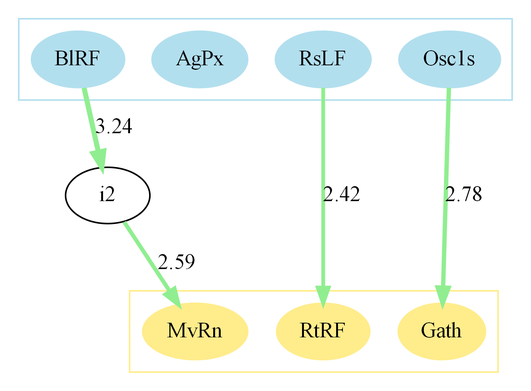
rlsn/genetic-CA keeps this Graphviz diagram as reflex.tmp.gv.png. Above is the earlier version. Its source is kept beside it as reflex.tmp.gv.
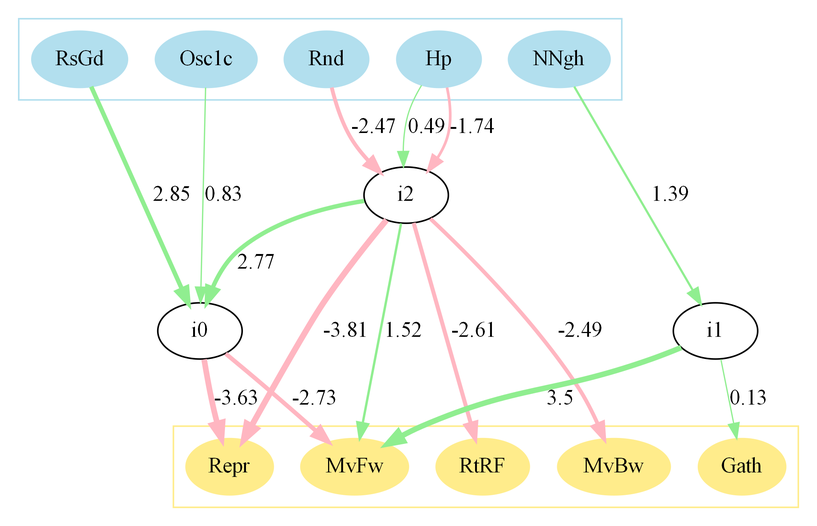
After the change.

Diff of the diagram source:
```diff
@@ -3,20 +3,34 @@
 	subgraph cluster_0 {
 		node [color=lightblue2 style=filled]
 		color=lightblue2
-		BlRF
-		RsLF
-		AgPx
-		Osc1s
+		RsGd
+		Rnd
+		Hp
+		NNgh
+		Osc1c
 	}
 	subgraph cluster_1 {
 		node [color=lightgoldenrod1 style=filled]
 		color=lightgoldenrod1
+		MvFw
 		RtRF
+		Repr
 		Gath
-		MvRn
+		MvBw
 	}
-	RsLF -> RtRF [label=2.42 color=lightgreen penwidth=2.417236328125]
-	Osc1s -> Gath [label=2.78 color=lightgreen penwidth=2.77587890625]
-	BlRF -> i2 [label=3.24 color=lightgreen penwidth=3.2393798828125]
-	i2 -> MvRn [label=2.59 color=lightgreen penwidth=2.5860595703125]
+	RsGd -> i0 [label=2.85 color=lightgreen penwidth=2.8502197265625]
+	Rnd -> i2 [label=-2.47 color=lightpink penwidth=2.473876953125]
+	Hp -> i2 [label=0.49 color=lightgreen penwidth=0.8]
+	NNgh -> i1 [label=1.39 color=lightgreen penwidth=1.3896484375]
+	Hp -> i2 [label=-1.74 color=lightpink penwidth=1.7384033203125]
+	Osc1c -> i0 [label=0.83 color=lightgreen penwidth=0.8333740234375]
+	i2 -> i0 [label=2.77 color=lightgreen penwidth=2.7728271484375]
+	i2 -> MvFw [label=1.52 color=lightgreen penwidth=1.5206298828125]
+	i2 -> RtRF [label=-2.61 color=lightpink penwidth=2.6051025390625]
+	i2 -> Repr [label=-3.81 color=lightpink penwidth=3.8114013671875]
+	i0 -> Repr [label=-3.63 color=lightpink penwidth=3.6270751953125]
+	i1 -> MvFw [label=3.5 color=lightgreen penwidth=3.503173828125]
+	i1 -> Gath [label=0.13 color=lightgreen penwidth=0.8]
+	i2 -> MvBw [label=-2.49 color=lightpink penwidth=2.4915771484375]
+	i0 -> MvFw [label=-2.73 color=lightpink penwidth=2.7288818359375]
 }
```
